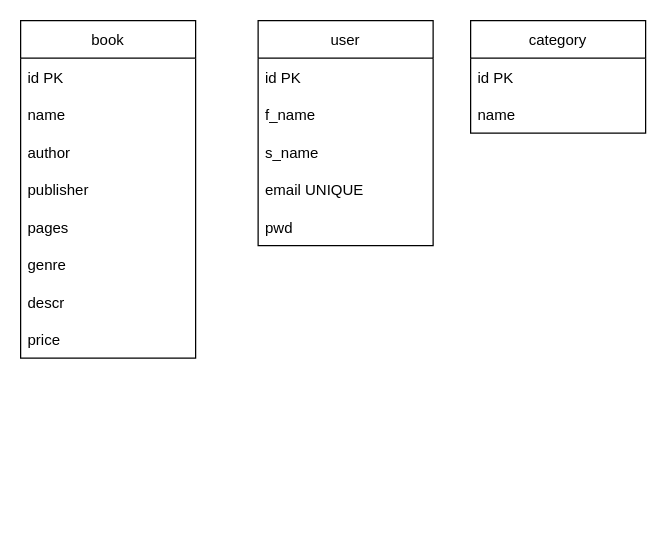
Earlier version of the draw.io diagram db.drawio (Bird-Ideas/Book-Shop). Source tidied: cells renumbered, new cells numbered last; positions are measured from the earlier drawing's top-left corner, leaving out a move shared by most shapes. Both pictures are drawn from the tidied source at 125%, with x=0, y=0 at pixel (20, 20).
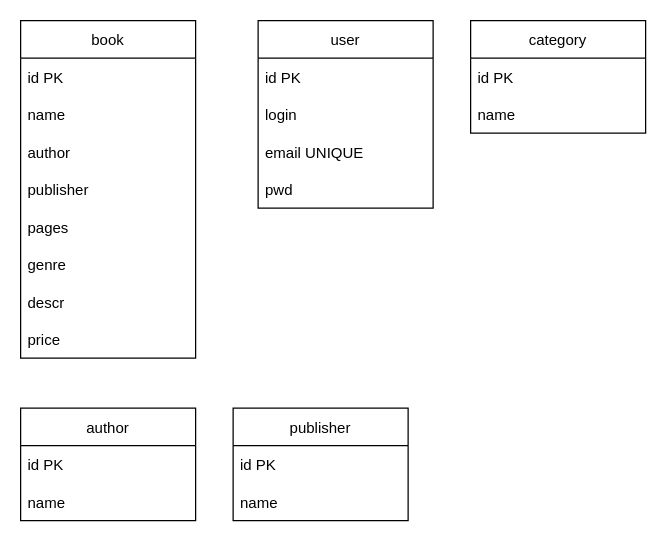
The same page after the edit.

What changed in the source:
```diff
@@
     <mxCell id="11" value="user" style="swimlane;fontStyle=0;horizontal=1;startSize=30;" parent="1" vertex="1">
-      <mxGeometry x="190" width="140" height="180" as="geometry" />
+      <mxGeometry x="190" width="140" height="150" as="geometry" />
     </mxCell>
@@
-    <mxCell id="13" value="f_name " style="text;strokeColor=none;fillColor=none;align=left;verticalAlign=middle;spacingLeft=4;spacingRight=4;overflow=hidden;" parent="11" vertex="1">
-      <mxGeometry y="60" width="140" height="30" as="geometry" />
-    </mxCell>
-    <mxCell id="14" value="s_name" style="text;strokeColor=none;fillColor=none;align=left;verticalAlign=middle;spacingLeft=4;spacingRight=4;overflow=hidden;" parent="11" vertex="1">
-      <mxGeometry y="90" width="140" height="30" as="geometry" />
+    <mxCell id="14" value="login" style="text;strokeColor=none;fillColor=none;align=left;verticalAlign=middle;spacingLeft=4;spacingRight=4;overflow=hidden;" parent="11" vertex="1">
+      <mxGeometry y="60" width="140" height="30" as="geometry" />
     </mxCell>
     <mxCell id="15" value="email UNIQUE" style="text;strokeColor=none;fillColor=none;align=left;verticalAlign=middle;spacingLeft=4;spacingRight=4;overflow=hidden;" parent="11" vertex="1">
-      <mxGeometry y="120" width="140" height="30" as="geometry" />
+      <mxGeometry y="90" width="140" height="30" as="geometry" />
     </mxCell>
     <mxCell id="16" value="pwd" style="text;strokeColor=none;fillColor=none;align=left;verticalAlign=middle;spacingLeft=4;spacingRight=4;overflow=hidden;" parent="11" vertex="1">
-      <mxGeometry y="150" width="140" height="30" as="geometry" />
+      <mxGeometry y="120" width="140" height="30" as="geometry" />
     </mxCell>
@@
+    <mxCell id="20" value="author" style="swimlane;fontStyle=0;horizontal=1;startSize=30;" parent="1" vertex="1">
+      <mxGeometry y="310" width="140" height="90" as="geometry" />
+    </mxCell>
+    <mxCell id="21" value="id PK" style="text;strokeColor=none;fillColor=none;align=left;verticalAlign=middle;spacingLeft=4;spacingRight=4;overflow=hidden;" parent="20" vertex="1">
+      <mxGeometry y="30" width="140" height="30" as="geometry" />
+    </mxCell>
+    <mxCell id="22" value="name" style="text;strokeColor=none;fillColor=none;align=left;verticalAlign=middle;spacingLeft=4;spacingRight=4;overflow=hidden;" parent="20" vertex="1">
+      <mxGeometry y="60" width="140" height="30" as="geometry" />
+    </mxCell>
+    <mxCell id="23" value="publisher" style="swimlane;fontStyle=0;horizontal=1;startSize=30;" parent="1" vertex="1">
+      <mxGeometry x="170" y="310" width="140" height="90" as="geometry" />
+    </mxCell>
+    <mxCell id="24" value="id PK" style="text;strokeColor=none;fillColor=none;align=left;verticalAlign=middle;spacingLeft=4;spacingRight=4;overflow=hidden;" parent="23" vertex="1">
+      <mxGeometry y="30" width="140" height="30" as="geometry" />
+    </mxCell>
+    <mxCell id="25" value="name" style="text;strokeColor=none;fillColor=none;align=left;verticalAlign=middle;spacingLeft=4;spacingRight=4;overflow=hidden;" parent="23" vertex="1">
+      <mxGeometry y="60" width="140" height="30" as="geometry" />
+    </mxCell>
```
